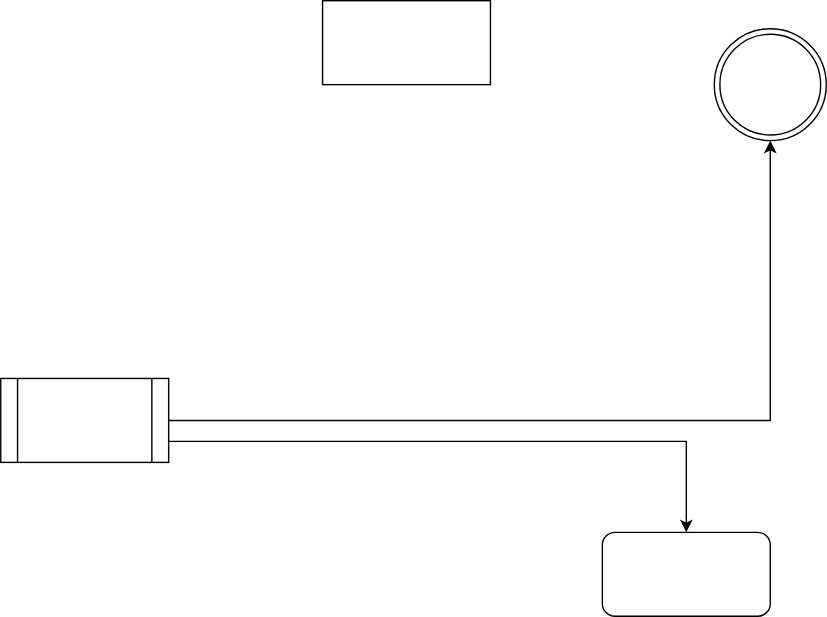
The draw.io diagram src/site/docs/Untitled Diagram.svg in dakusui/jcunit, before a commit. Source tidied: cells renumbered, new cells last; positions are measured from the earlier drawing's top-left corner, leaving out a move shared by most shapes. Source of this version:
```xml
<mxGraphModel background="#ffffff">
  <root>
    <mxCell id="0" />
    <mxCell id="1" parent="0" />
    <mxCell id="2" style="rounded=0;whiteSpace=wrap;html=1;" parent="1" vertex="1">
      <mxGeometry x="230" width="120" height="60" as="geometry" />
    </mxCell>
    <mxCell id="3" style="edgeStyle=orthogonalEdgeStyle;rounded=0;html=1;jettySize=auto;" parent="1" edge="1" source="5" target="6">
      <mxGeometry relative="1" as="geometry" />
    </mxCell>
    <mxCell id="4" style="edgeStyle=orthogonalEdgeStyle;rounded=0;html=1;exitX=1;exitY=0.75;entryX=0.5;entryY=0;jettySize=auto;" parent="1" edge="1" source="5" target="7">
      <mxGeometry relative="1" as="geometry" />
    </mxCell>
    <mxCell id="5" style="shape=process;whiteSpace=wrap;html=1;" parent="1" vertex="1">
      <mxGeometry y="270" width="120" height="60" as="geometry" />
    </mxCell>
    <mxCell id="6" style="ellipse;shape=doubleEllipse;whiteSpace=wrap;html=1;" parent="1" vertex="1">
      <mxGeometry x="510" y="20" width="80" height="80" as="geometry" />
    </mxCell>
    <mxCell id="7" style="rounded=1;whiteSpace=wrap;html=1;" parent="1" vertex="1">
      <mxGeometry x="430" y="380" width="120" height="60" as="geometry" />
    </mxCell>
  </root>
</mxGraphModel>
```
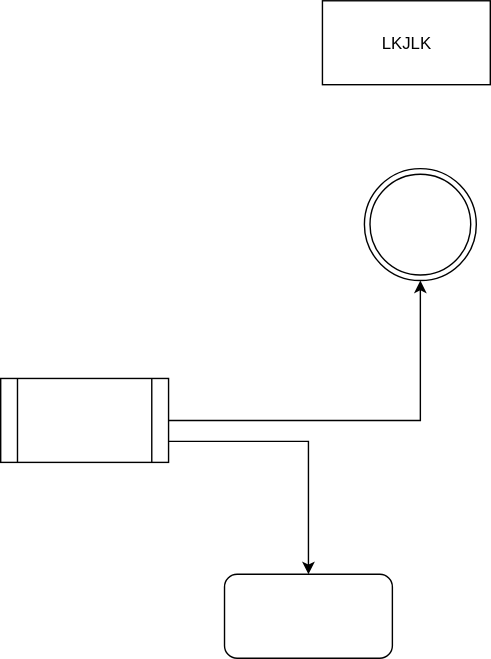
Later version of the same file.

The edit, as a diff of the source:
```diff
@@ -2,7 +2,7 @@
   <root>
     <mxCell id="0" />
     <mxCell id="1" parent="0" />
-    <mxCell id="2" style="rounded=0;whiteSpace=wrap;html=1;" parent="1" vertex="1">
+    <mxCell id="2" value="LKJLK" style="rounded=0;whiteSpace=wrap;html=1;" parent="1" vertex="1">
       <mxGeometry x="230" width="120" height="60" as="geometry" />
     </mxCell>
     <mxCell id="3" style="edgeStyle=orthogonalEdgeStyle;rounded=0;html=1;jettySize=auto;" parent="1" edge="1" source="5" target="6">
@@ -15,10 +15,10 @@
       <mxGeometry y="270" width="120" height="60" as="geometry" />
     </mxCell>
     <mxCell id="6" style="ellipse;shape=doubleEllipse;whiteSpace=wrap;html=1;" parent="1" vertex="1">
-      <mxGeometry x="510" y="20" width="80" height="80" as="geometry" />
+      <mxGeometry x="260" y="120" width="80" height="80" as="geometry" />
     </mxCell>
     <mxCell id="7" style="rounded=1;whiteSpace=wrap;html=1;" parent="1" vertex="1">
-      <mxGeometry x="430" y="380" width="120" height="60" as="geometry" />
+      <mxGeometry x="160" y="410" width="120" height="60" as="geometry" />
     </mxCell>
   </root>
 </mxGraphModel>
```
